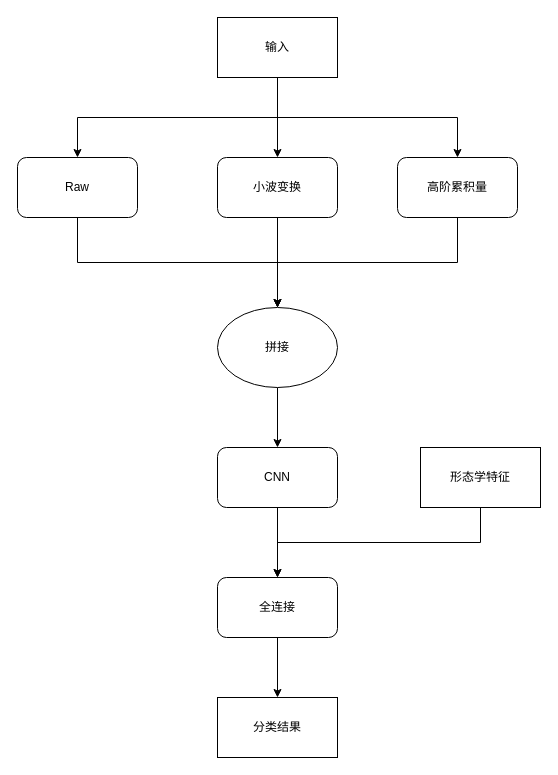
Above: multi-channel-model.drawio in WensonLuo/Drowio (draw.io), before the change. Source tidied: cells renumbered, new cells numbered last; positions are measured from the earlier drawing's top-left corner, leaving out a move shared by most shapes. Both pictures are drawn from the tidied source at 100%, with x=0, y=0 at pixel (17, 17).
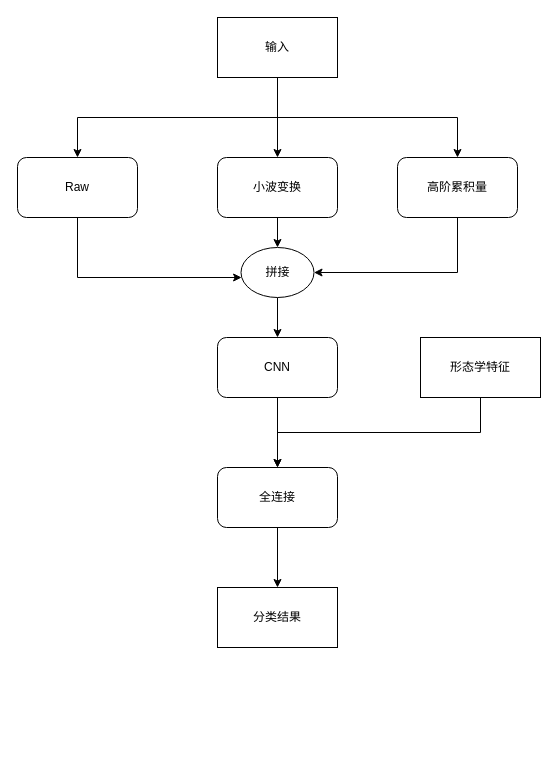
Above is the later version.

The change refers to these unchanged cells:
```xml
<mxCell id="3" value="Raw" style="rounded=1;whiteSpace=wrap;html=1;" parent="1" vertex="1">
  <mxGeometry y="140" width="120" height="60" as="geometry" />
</mxCell>
<mxCell id="5" value="高阶累积量" style="rounded=1;whiteSpace=wrap;html=1;" parent="1" vertex="1">
  <mxGeometry x="380" y="140" width="120" height="60" as="geometry" />
</mxCell>
```

Diff of the diagram source:
```diff
@@
-    <mxCell id="2" style="edgeStyle=orthogonalEdgeStyle;rounded=0;jettySize=auto;html=1;exitX=0.5;exitY=1;exitDx=0;exitDy=0;entryX=0.5;entryY=0;entryDx=0;entryDy=0;" parent="1" edge="1" source="3" target="13">
+    <mxCell id="2" style="edgeStyle=orthogonalEdgeStyle;rounded=0;jettySize=auto;html=1;exitX=0.5;exitY=1;exitDx=0;exitDy=0;entryX=0.008;entryY=0.6;entryDx=0;entryDy=0;entryPerimeter=0;" parent="1" edge="1" source="3" target="13">
       <mxGeometry relative="1" as="geometry" />
     </mxCell>
@@
-    <mxCell id="4" style="edgeStyle=orthogonalEdgeStyle;rounded=0;jettySize=auto;html=1;exitX=0.5;exitY=1;exitDx=0;exitDy=0;entryX=0.5;entryY=0;entryDx=0;entryDy=0;" parent="1" edge="1" source="5" target="13">
+    <mxCell id="4" style="edgeStyle=orthogonalEdgeStyle;rounded=0;jettySize=auto;html=1;exitX=0.5;exitY=1;exitDx=0;exitDy=0;entryX=1;entryY=0.5;entryDx=0;entryDy=0;" parent="1" edge="1" source="5" target="13">
       <mxGeometry relative="1" as="geometry" />
     </mxCell>
@@
     <mxCell id="13" value="拼接" style="ellipse;whiteSpace=wrap;html=1;gradientColor=none;" parent="1" vertex="1">
-      <mxGeometry x="200" y="290" width="120" height="80" as="geometry" />
+      <mxGeometry x="223.5" y="230" width="73" height="50" as="geometry" />
     </mxCell>
@@
     <mxCell id="15" value="CNN" style="rounded=1;whiteSpace=wrap;html=1;gradientColor=none;" parent="1" vertex="1">
-      <mxGeometry x="200" y="430" width="120" height="60" as="geometry" />
+      <mxGeometry x="200" y="320" width="120" height="60" as="geometry" />
     </mxCell>
@@
     <mxCell id="17" value="全连接" style="rounded=1;whiteSpace=wrap;html=1;gradientColor=none;" parent="1" vertex="1">
-      <mxGeometry x="200" y="560" width="120" height="60" as="geometry" />
+      <mxGeometry x="200" y="450" width="120" height="60" as="geometry" />
     </mxCell>
@@
     <mxCell id="19" value="形态学特征" style="rounded=0;whiteSpace=wrap;html=1;gradientColor=none;" parent="1" vertex="1">
-      <mxGeometry x="403" y="430" width="120" height="60" as="geometry" />
+      <mxGeometry x="403" y="320" width="120" height="60" as="geometry" />
     </mxCell>
     <mxCell id="20" value="分类结果" style="rounded=0;whiteSpace=wrap;html=1;gradientColor=none;" parent="1" vertex="1">
-      <mxGeometry x="200" y="680" width="120" height="60" as="geometry" />
+      <mxGeometry x="200" y="570" width="120" height="60" as="geometry" />
     </mxCell>
```
